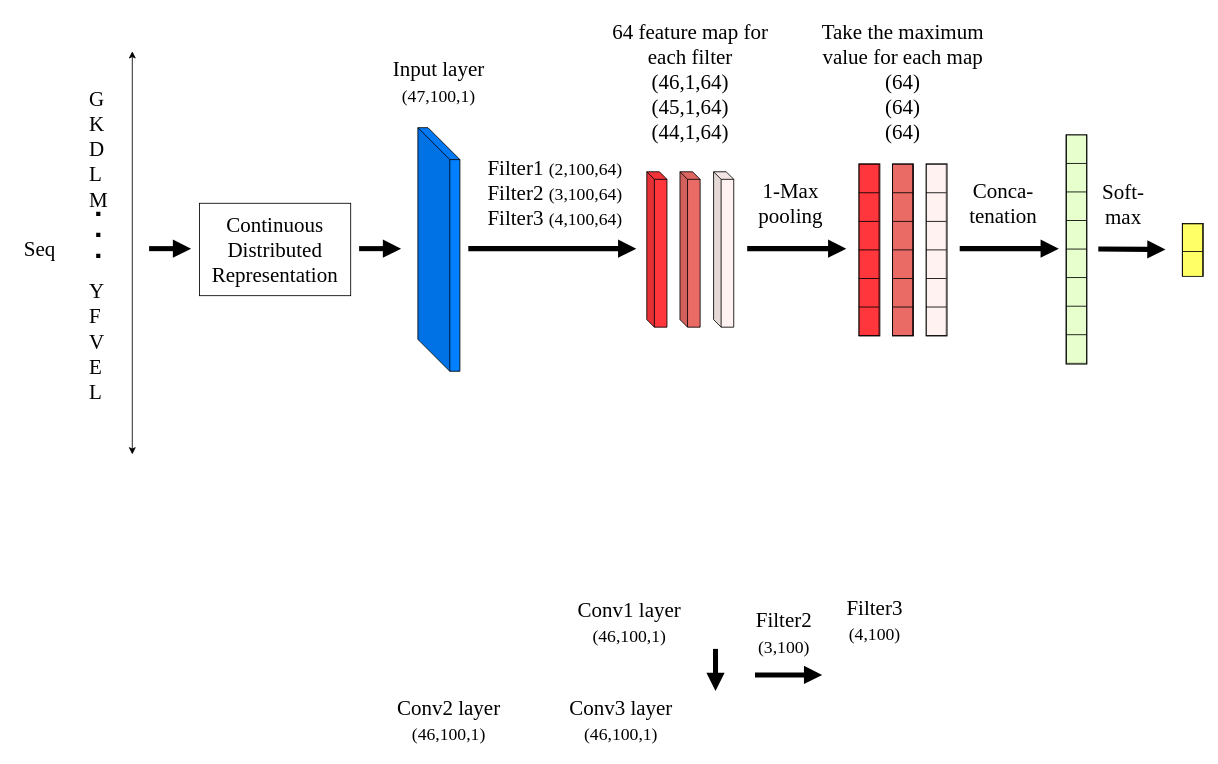
Before: textcnn.drawio in chenjgui/Flow-chat, a draw.io diagram. Source tidied: cells renumbered, new cells numbered last; positions are measured from the earlier drawing's top-left corner, leaving out a move shared by most shapes. Both pictures are drawn from the tidied source at 84%, with x=0, y=0 at pixel (14, 14).
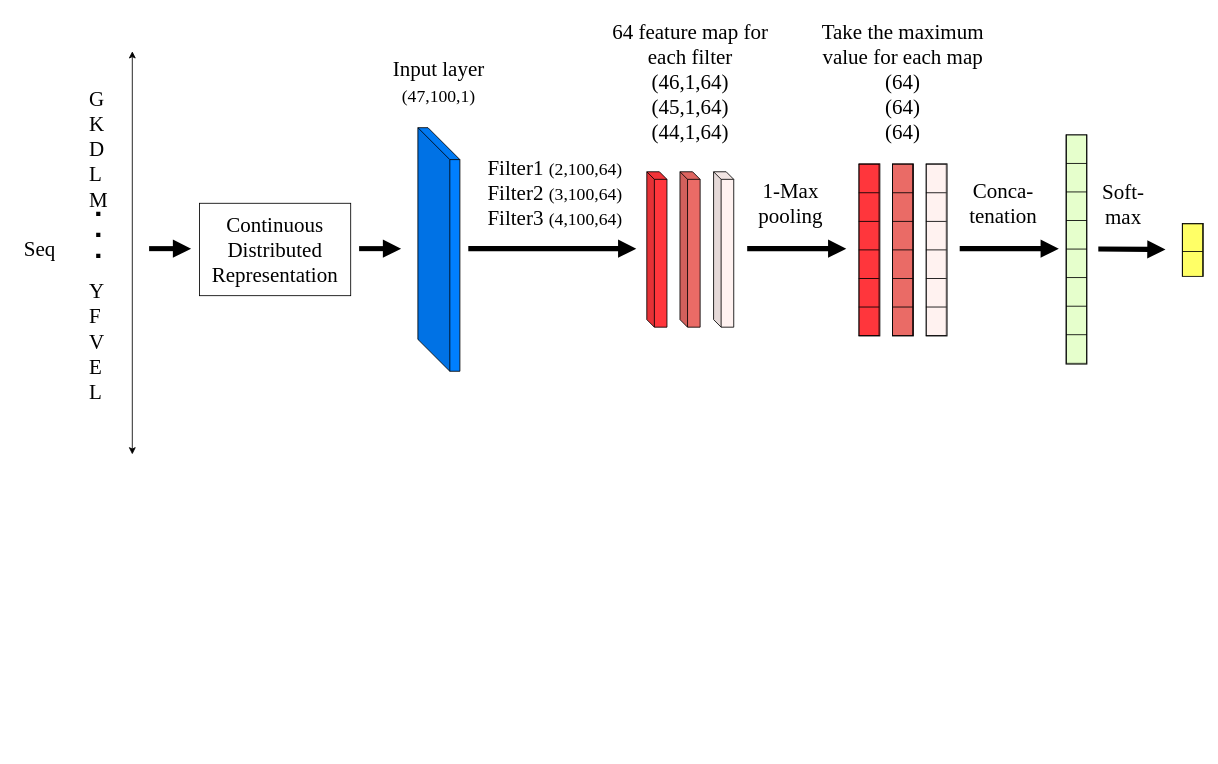
The same diagram, later.

What changed in the source:
```diff
@@
-    <mxCell id="15" value="&lt;font&gt;Conv1 layer&lt;br&gt;&lt;font style=&quot;font-size: 21px&quot;&gt;(46,100,1)&lt;/font&gt;&lt;/font&gt;&lt;br&gt;" style="text;html=1;strokeColor=none;fillColor=none;align=center;verticalAlign=middle;whiteSpace=wrap;rounded=0;fontSize=25;fontFamily=Times New Roman;" parent="1" vertex="1">
-      <mxGeometry x="642.3" y="688" width="180" height="70" as="geometry" />
-    </mxCell>
-    <mxCell id="16" style="endArrow=block;html=1;strokeWidth=6;fontSize=25;endFill=1;fontFamily=Times New Roman;" parent="1" edge="1">
-      <mxGeometry relative="1" as="geometry">
-        <mxPoint x="881.3" y="786" as="sourcePoint" />
-        <mxPoint x="961.3" y="786" as="targetPoint" />
-        <Array as="points">
-          <mxPoint x="881.3" y="786" />
-        </Array>
-      </mxGeometry>
-    </mxCell>
-    <mxCell id="17" value="Filter2 &lt;font style=&quot;font-size: 21px&quot;&gt;(3,100)&lt;/font&gt;" style="text;html=1;strokeColor=none;fillColor=none;align=center;verticalAlign=middle;whiteSpace=wrap;rounded=0;fontFamily=Times New Roman;fontSize=25;" parent="1" vertex="1">
-      <mxGeometry x="876.3" y="711.5" width="80" height="48" as="geometry" />
-    </mxCell>
-    <mxCell id="18" value="&lt;font&gt;Conv2 layer&lt;br&gt;&lt;font style=&quot;font-size: 21px&quot;&gt;(46,100,1)&lt;/font&gt;&lt;/font&gt;&lt;br&gt;" style="text;html=1;strokeColor=none;fillColor=none;align=center;verticalAlign=middle;whiteSpace=wrap;rounded=0;fontSize=25;fontFamily=Times New Roman;" parent="1" vertex="1">
-      <mxGeometry x="426.8" y="805" width="180" height="70" as="geometry" />
-    </mxCell>
-    <mxCell id="19" value="Filter3 &lt;font style=&quot;font-size: 21px&quot;&gt;(4,100)&lt;/font&gt;" style="text;html=1;strokeColor=none;fillColor=none;align=center;verticalAlign=middle;whiteSpace=wrap;rounded=0;fontFamily=Times New Roman;fontSize=25;" parent="1" vertex="1">
-      <mxGeometry x="983.8" y="697" width="80" height="48" as="geometry" />
-    </mxCell>
-    <mxCell id="20" value="&lt;font&gt;Conv3 layer&lt;br&gt;&lt;font style=&quot;font-size: 21px&quot;&gt;(46,100,1)&lt;/font&gt;&lt;/font&gt;&lt;br&gt;" style="text;html=1;strokeColor=none;fillColor=none;align=center;verticalAlign=middle;whiteSpace=wrap;rounded=0;fontSize=25;fontFamily=Times New Roman;" parent="1" vertex="1">
-      <mxGeometry x="631.8" y="805" width="180" height="70" as="geometry" />
-    </mxCell>
-    <mxCell id="21" style="endArrow=block;html=1;strokeWidth=6;fontSize=25;endFill=1;fontFamily=Times New Roman;" parent="1" edge="1">
-      <mxGeometry relative="1" as="geometry">
-        <mxPoint x="834.3" y="755" as="sourcePoint" />
-        <mxPoint x="834.3" y="805" as="targetPoint" />
-      </mxGeometry>
-    </mxCell>
```
